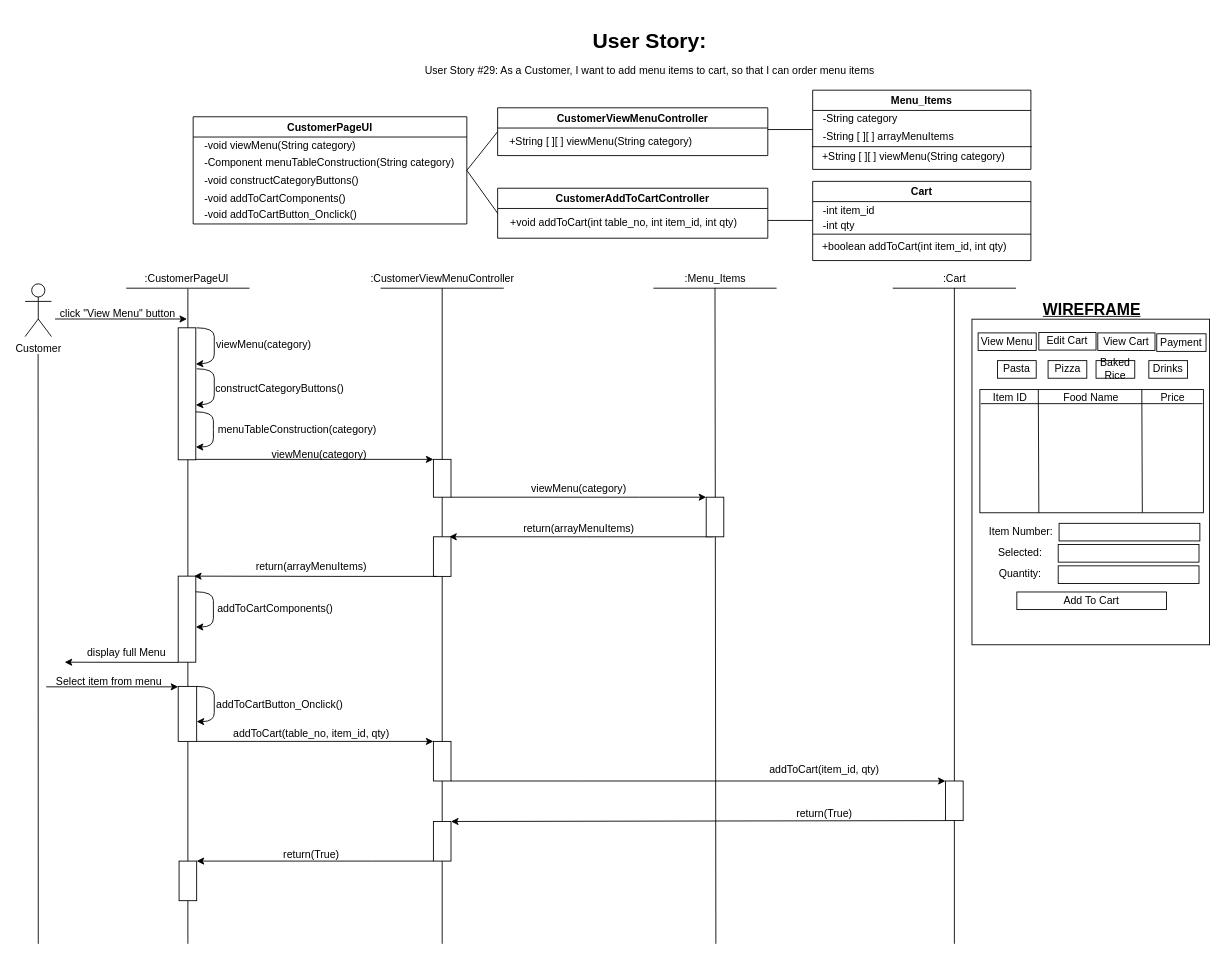
Above: BCE_UML_and_Diagrams/Customer (WIP)/Customer_AddToCart(#29)/UserStory#29_Customer_AddToCart.drawio in extred5700/JAVAGUI-Restaurant-Table-Order-System (draw.io), before the change. Source tidied: cells renumbered, new cells numbered last; positions are measured from the earlier drawing's top-left corner, leaving out a move shared by most shapes. Both pictures are drawn from the tidied source at 88%, with x=0, y=0 at pixel (25, 24).
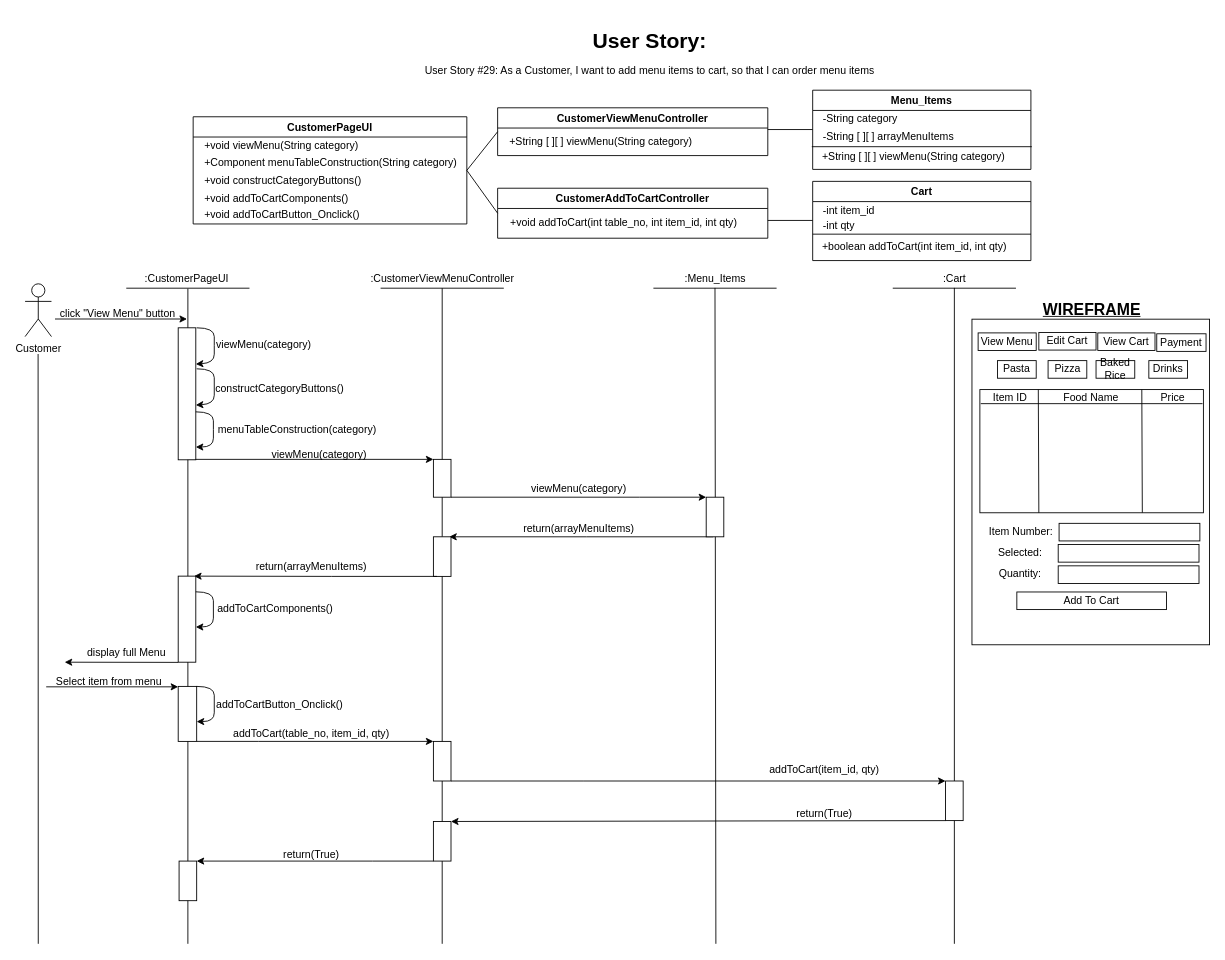
The same diagram, later.

The change refers to these unchanged cells:
```xml
<mxCell id="8" value="CustomerPageUI" style="swimlane;" parent="1" vertex="1">
  <mxGeometry x="191" y="105.2" width="311" height="121.8" as="geometry" />
</mxCell>
```

What changed in the source:
```diff
@@
-    <mxCell id="9" value="-void viewMenu(String category)" style="text;html=1;align=left;verticalAlign=middle;strokeColor=none;fillColor=none;" parent="8" vertex="1">
+    <mxCell id="9" value="+void viewMenu(String category)" style="text;html=1;align=left;verticalAlign=middle;strokeColor=none;fillColor=none;" parent="8" vertex="1">
       <mxGeometry x="11" y="23" width="190" height="20" as="geometry" />
     </mxCell>
-    <mxCell id="10" value="-Component menuTableConstruction(String category)" style="text;html=1;align=left;verticalAlign=middle;strokeColor=none;fillColor=none;" parent="8" vertex="1">
+    <mxCell id="10" value="+Component menuTableConstruction(String category)" style="text;html=1;align=left;verticalAlign=middle;strokeColor=none;fillColor=none;" parent="8" vertex="1">
       <mxGeometry x="11" y="43" width="300" height="20" as="geometry" />
     </mxCell>
-    <mxCell id="11" value="-void constructCategoryButtons()" style="text;html=1;align=left;verticalAlign=middle;strokeColor=none;fillColor=none;" parent="8" vertex="1">
+    <mxCell id="11" value="+void constructCategoryButtons()" style="text;html=1;align=left;verticalAlign=middle;strokeColor=none;fillColor=none;" parent="8" vertex="1">
       <mxGeometry x="11" y="63" width="190" height="20" as="geometry" />
     </mxCell>
-    <mxCell id="12" value="-void addToCartComponents()" style="text;html=1;align=left;verticalAlign=middle;strokeColor=none;fillColor=none;" parent="8" vertex="1">
+    <mxCell id="12" value="+void addToCartComponents()" style="text;html=1;align=left;verticalAlign=middle;strokeColor=none;fillColor=none;" parent="8" vertex="1">
       <mxGeometry x="11" y="83" width="180" height="20" as="geometry" />
     </mxCell>
-    <mxCell id="13" value="-void addToCartButton_Onclick()" style="text;html=1;align=left;verticalAlign=middle;strokeColor=none;fillColor=none;" parent="8" vertex="1">
+    <mxCell id="13" value="+void addToCartButton_Onclick()" style="text;html=1;align=left;verticalAlign=middle;strokeColor=none;fillColor=none;" parent="8" vertex="1">
       <mxGeometry x="11" y="101.8" width="190" height="20" as="geometry" />
     </mxCell>
```
